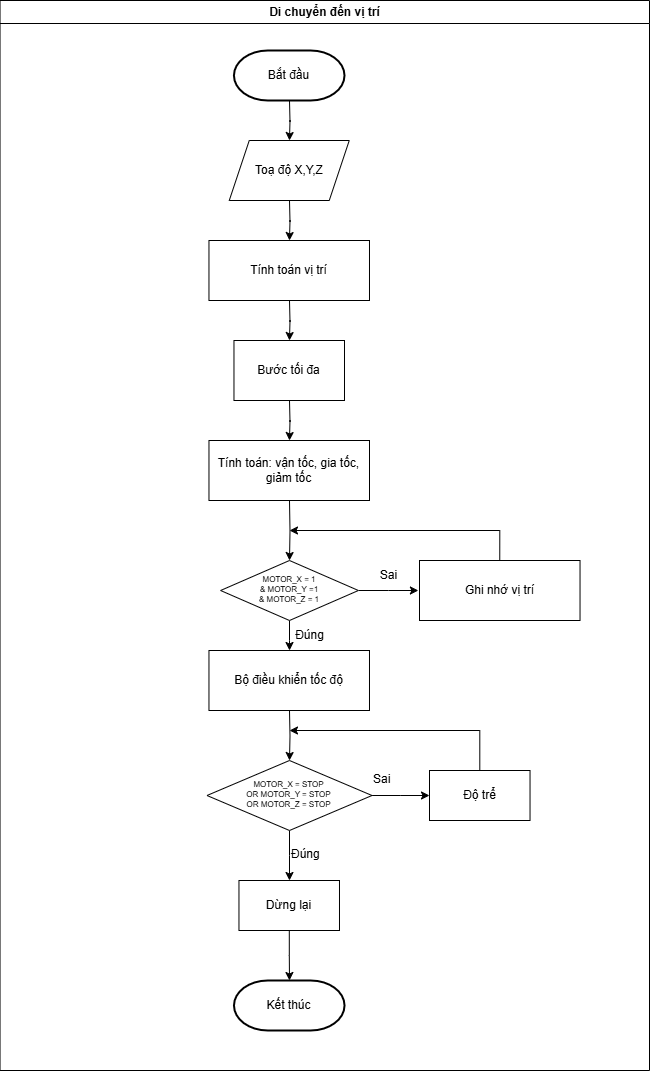
Above: FLOWCHART-VIE/FLOWCHART-CONTROLL-MOTOR.png in Quynguyen34/CNC-Drill-Graduation-Project (draw.io), before the change. Source tidied: cells renumbered, new cells last; positions are measured from the earlier drawing's top-left corner, leaving out a move shared by most shapes.
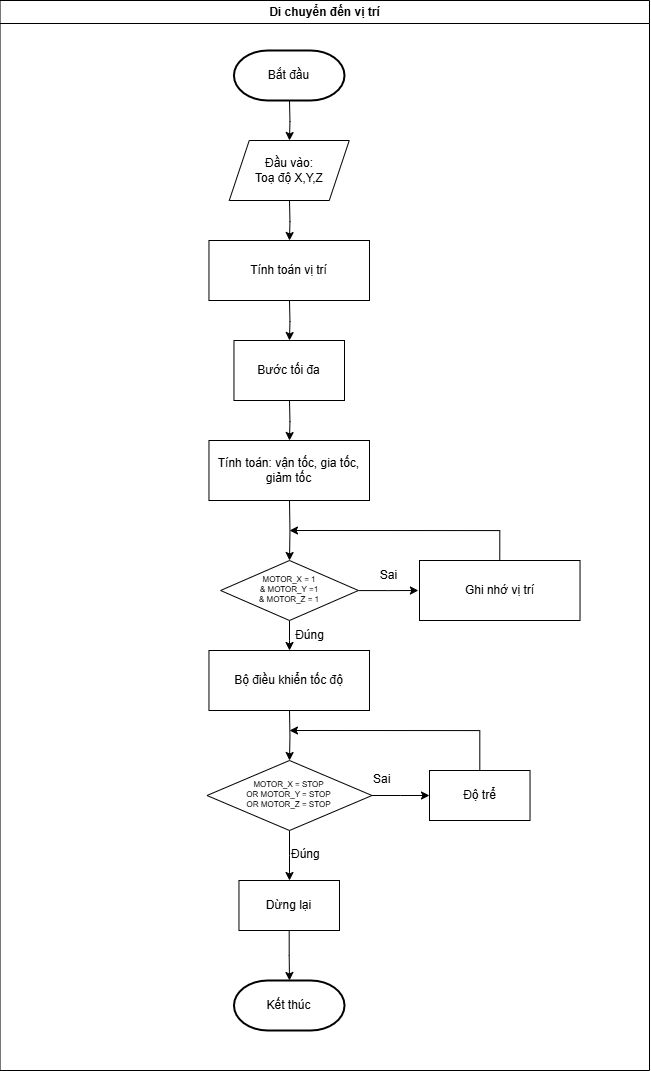
Later version of the same file.

The edit, as a diff of the source:
```diff
@@ -120,7 +120,7 @@
     <mxCell id="29" value="Đúng" style="text;html=1;align=center;verticalAlign=middle;strokeColor=none;fillColor=none;" parent="18" vertex="1">
       <mxGeometry x="284.5" y="620" width="50" height="30" as="geometry" />
     </mxCell>
-    <mxCell id="30" value="Toạ độ X,Y,Z" style="shape=parallelogram;perimeter=parallelogramPerimeter;whiteSpace=wrap;html=1;fixedSize=1;" parent="18" vertex="1">
+    <mxCell id="30" value="Đầu vào:&lt;div&gt;Toạ độ X,Y,Z&lt;/div&gt;" style="shape=parallelogram;perimeter=parallelogramPerimeter;whiteSpace=wrap;html=1;fixedSize=1;" parent="18" vertex="1">
       <mxGeometry x="229.2" y="140" width="120" height="60" as="geometry" />
     </mxCell>
     <mxCell id="31" style="edgeStyle=orthogonalEdgeStyle;rounded=0;jettySize=auto;html=1;" parent="1" edge="1" source="27">
```
